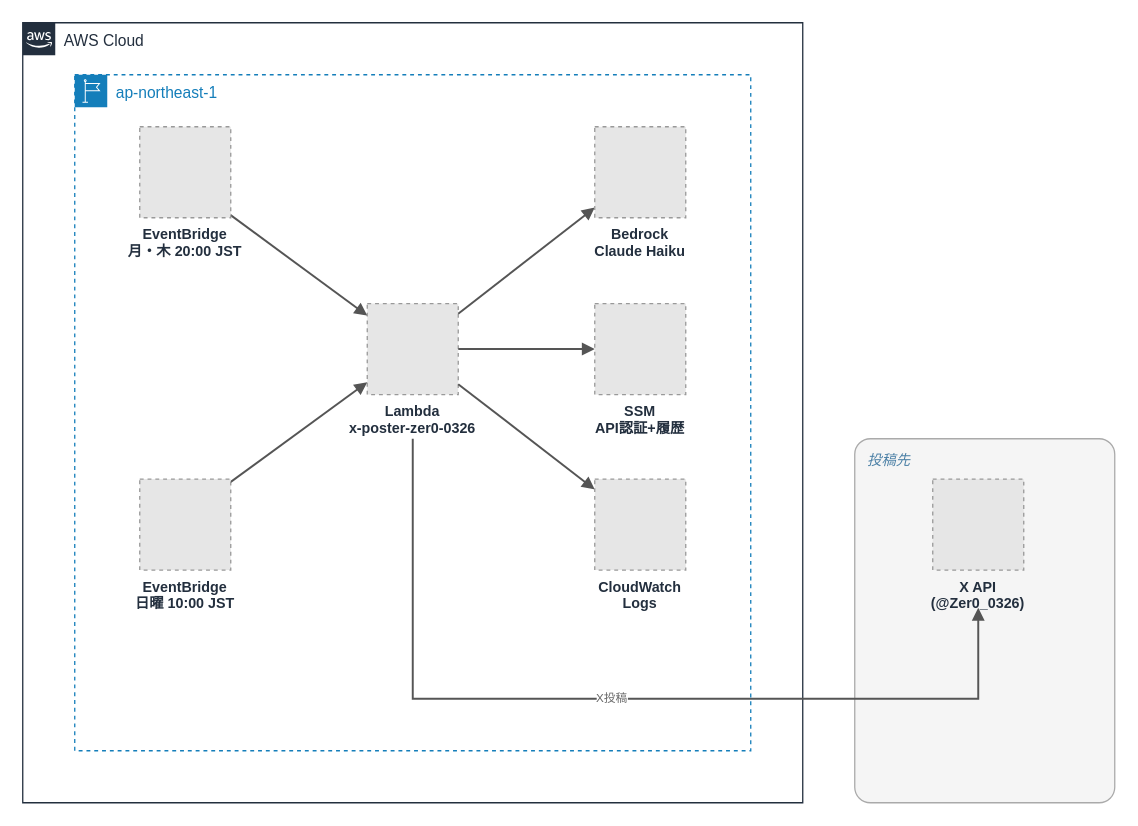
Earlier version of the draw.io diagram 003_x-poster-zer0-0326/images/003_architecture.drawio (Zer0-1179/Zer0-public). Source tidied: cells renumbered, new cells numbered last; positions are measured from the earlier drawing's top-left corner, leaving out a move shared by most shapes. Both pictures are drawn from the tidied source at 130%, with x=0, y=0 at pixel (22, 22). Pictures stored in the file or linked from it are replaced by grey dashed boxes.
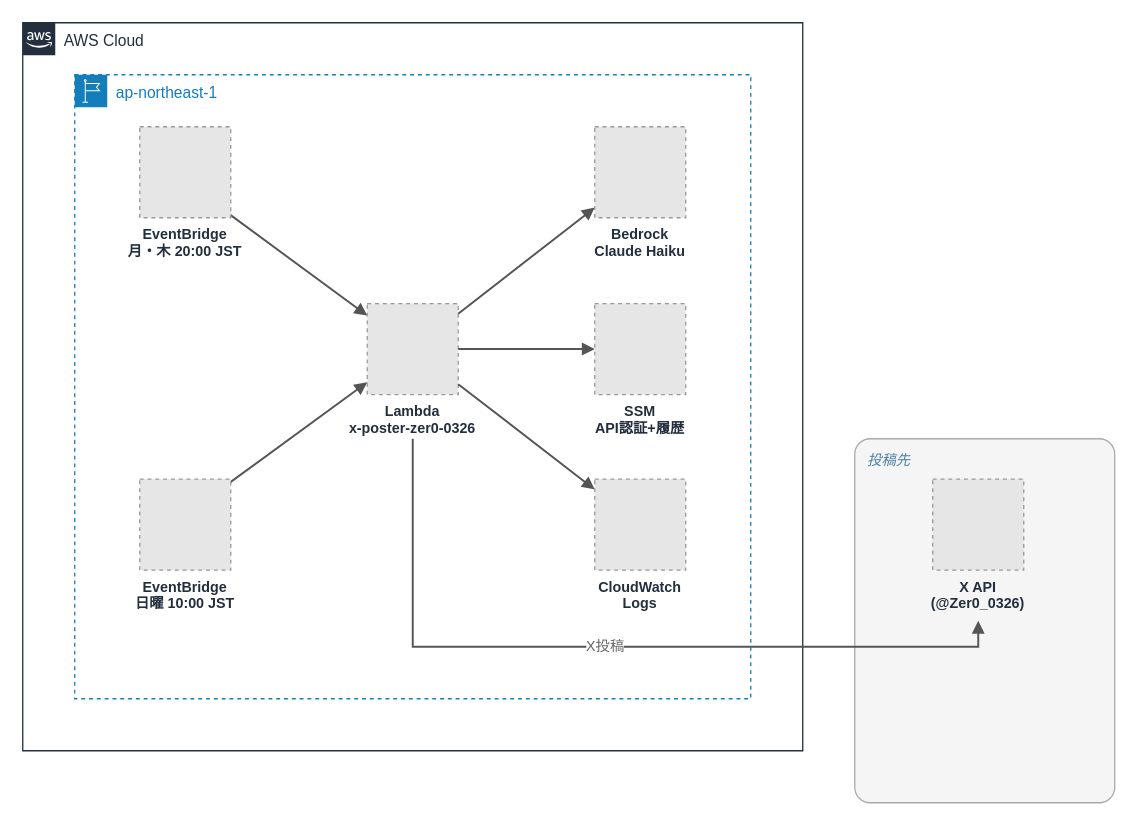
The same page after the edit.

Diff of the diagram source:
```diff
@@
     <mxCell id="2" value="AWS Cloud" style="gradientColor=none;html=1;whiteSpace=wrap;fontSize=12;fontStyle=0;shape=mxgraph.aws4.group;grIcon=mxgraph.aws4.group_aws_cloud_alt;strokeColor=#232F3E;fillColor=none;verticalAlign=top;align=left;spacingLeft=30;fontColor=#232F3E;dashed=0;" parent="1" vertex="1">
-      <mxGeometry width="600" height="600" as="geometry" />
+      <mxGeometry width="600" height="560" as="geometry" />
     </mxCell>
@@
-    <mxCell id="11" value="X投稿" style="endArrow=block;html=1;rounded=0;edgeStyle=orthogonalEdgeStyle;strokeColor=#555555;strokeWidth=1.5;fontSize=9;fontColor=#666666;labelBackgroundColor=#FFFFFF;" parent="1" edge="1">
+    <mxCell id="11" value="&lt;font style=&quot;font-size: 11px;&quot;&gt;X投稿&lt;/font&gt;" style="endArrow=block;html=1;rounded=0;edgeStyle=orthogonalEdgeStyle;strokeColor=#555555;strokeWidth=1.5;fontSize=9;fontColor=#666666;labelBackgroundColor=#FFFFFF;" parent="1" edge="1">
       <mxGeometry relative="1" as="geometry">
         <mxPoint x="300" y="320" as="sourcePoint" />
-        <mxPoint x="735" y="450" as="targetPoint" />
+        <mxPoint x="735" y="460" as="targetPoint" />
         <Array as="points">
-          <mxPoint x="300" y="520" />
-          <mxPoint x="735" y="520" />
+          <mxPoint x="300" y="480" />
+          <mxPoint x="735" y="480" />
         </Array>
       </mxGeometry>
     </mxCell>
     <mxCell id="12" value="ap-northeast-1" style="gradientColor=none;html=1;whiteSpace=wrap;fontSize=12;fontStyle=0;shape=mxgraph.aws4.group;grIcon=mxgraph.aws4.group_region;strokeColor=#147EBA;fillColor=none;verticalAlign=top;align=left;spacingLeft=30;fontColor=#147EBA;dashed=1;" parent="1" vertex="1">
-      <mxGeometry x="40" y="40" width="520" height="520" as="geometry" />
+      <mxGeometry x="40" y="40" width="520" height="480" as="geometry" />
     </mxCell>
```
